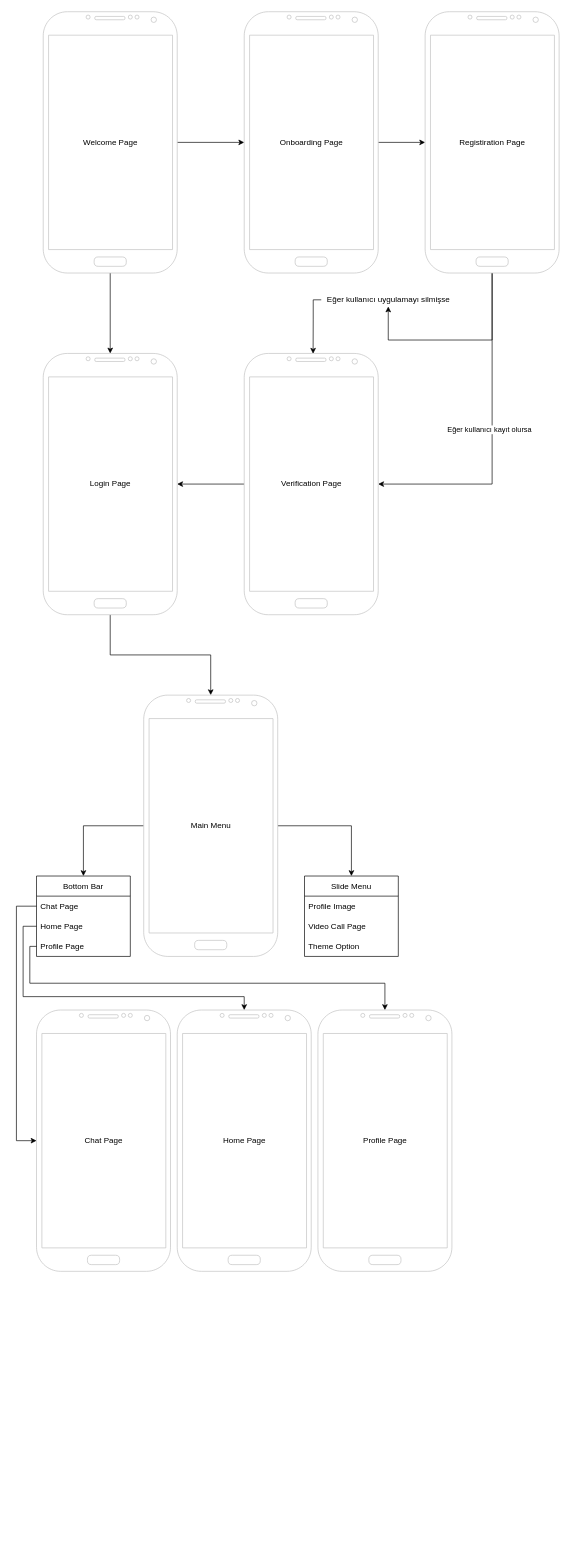
Before: Untitled Diagram.drawio in MURABIT-PASHA/MURABIT-PASHA, a draw.io diagram. Source tidied: cells renumbered, new cells numbered last; positions are measured from the earlier drawing's top-left corner, leaving out a move shared by most shapes. Both pictures are drawn from the tidied source at 67%, with x=0, y=0 at pixel (16, 11).
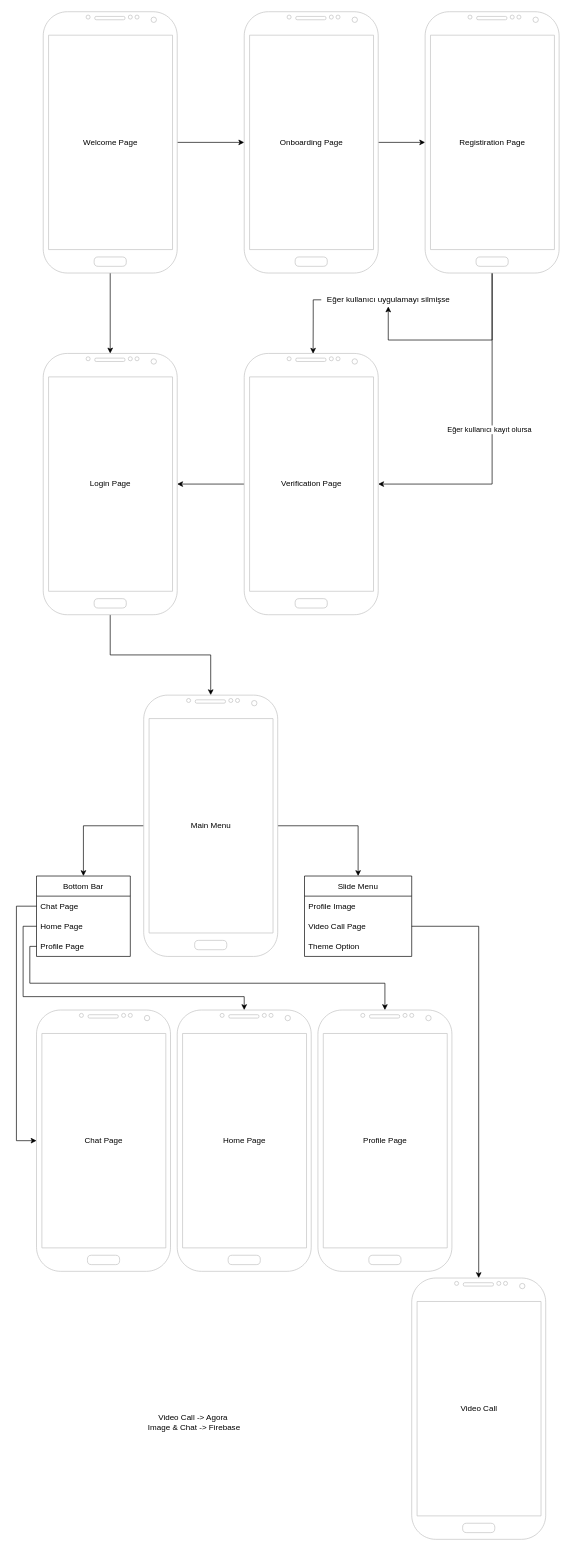
The same page after the edit.

The edit, as a diff of the source:
```diff
@@
     <mxCell id="30" value="Slide Menu" style="swimlane;fontStyle=0;horizontal=1;startSize=30;" parent="1" vertex="1">
-      <mxGeometry x="430" y="1290" width="140" height="120" as="geometry" />
+      <mxGeometry x="430" y="1290" width="160" height="120" as="geometry" />
     </mxCell>
     <mxCell id="31" value="Profile Image" style="text;strokeColor=none;fillColor=none;align=left;verticalAlign=middle;spacingLeft=4;spacingRight=4;overflow=hidden;" parent="30" vertex="1">
-      <mxGeometry y="30" width="140" height="30" as="geometry" />
+      <mxGeometry y="30" width="160" height="30" as="geometry" />
     </mxCell>
     <mxCell id="32" value="Video Call Page" style="text;strokeColor=none;fillColor=none;align=left;verticalAlign=middle;spacingLeft=4;spacingRight=4;overflow=hidden;points=[[0,0.5],[1,0.5]];portConstraint=eastwest;" parent="30" vertex="1">
-      <mxGeometry y="60" width="140" height="30" as="geometry" />
+      <mxGeometry y="60" width="160" height="30" as="geometry" />
     </mxCell>
     <mxCell id="33" value="Theme Option" style="text;strokeColor=none;fillColor=none;align=left;verticalAlign=middle;spacingLeft=4;spacingRight=4;overflow=hidden;" parent="30" vertex="1">
-      <mxGeometry y="90" width="140" height="30" as="geometry" />
+      <mxGeometry y="90" width="160" height="30" as="geometry" />
     </mxCell>
@@
+    <mxCell id="43" style="verticalLabelPosition=bottom;verticalAlign=top;html=1;shadow=0;dashed=0;strokeWidth=1;shape=mxgraph.android.phone2;strokeColor=#c0c0c0;" parent="1" vertex="1">
+      <mxGeometry x="590" y="1890" width="200" height="390" as="geometry" />
+    </mxCell>
+    <mxCell id="44" value="Video Call" style="text;html=1;align=center;verticalAlign=middle;strokeColor=none;fillColor=none;" parent="1" vertex="1">
+      <mxGeometry x="655" y="2075" width="70" height="20" as="geometry" />
+    </mxCell>
+    <mxCell id="45" style="edgeStyle=orthogonalEdgeStyle;rounded=0;jettySize=auto;html=1;" parent="1" edge="1" source="32" target="43">
+      <mxGeometry relative="1" as="geometry" />
+    </mxCell>
+    <mxCell id="46" value="Video Call -&amp;gt; Agora&amp;nbsp;&lt;br&gt;Image &amp;amp; Chat -&amp;gt; Firebase&lt;br&gt;" style="text;html=1;align=center;verticalAlign=middle;strokeColor=none;fillColor=none;" parent="1" vertex="1">
+      <mxGeometry x="190" y="2090" width="150" height="30" as="geometry" />
+    </mxCell>
```
